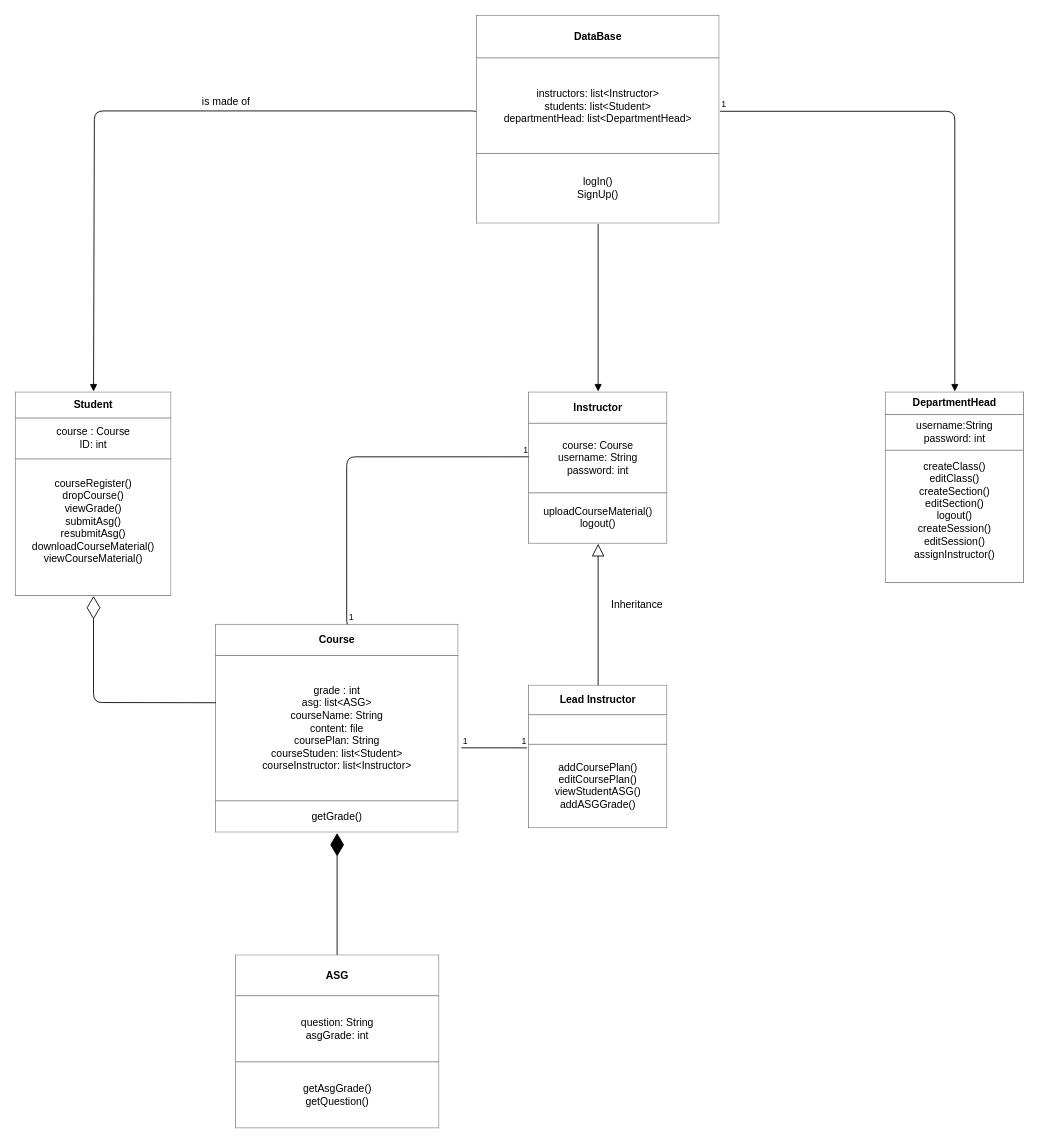
ScanonA/HW keeps this draw.io diagram as seng300/asg2/Untitled Diagram.drawio. Above is the earlier version. Source tidied: cells renumbered, new cells numbered last; positions are measured from the earlier drawing's top-left corner, leaving out a move shared by most shapes. Both pictures are drawn from the tidied source at 87%, with x=0, y=0 at pixel (15, 15).
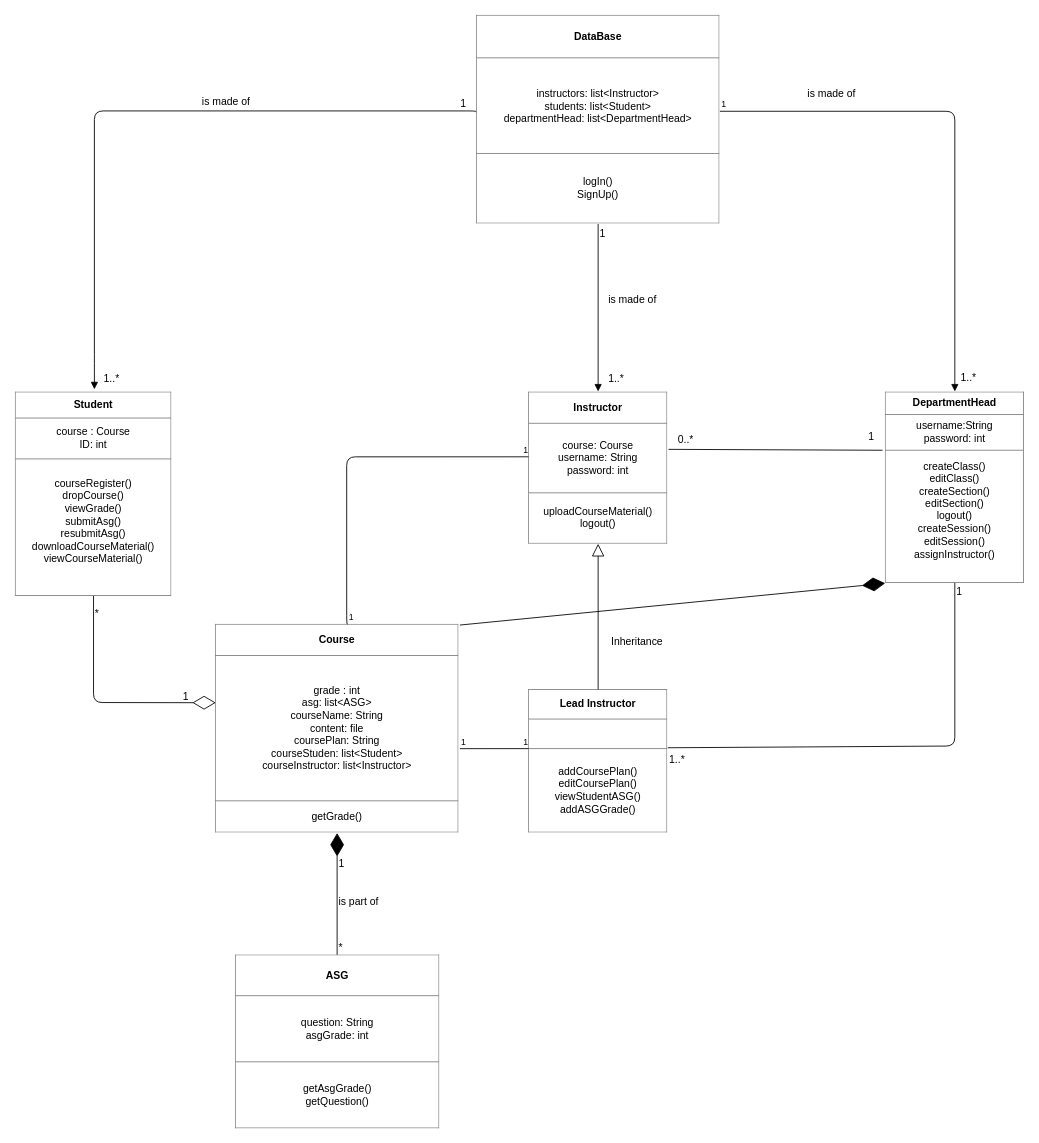
After the change.

The change refers to these unchanged cells:
```xml
<mxCell id="2" value="&lt;table style=&quot;width: 100% ; height: 100% ; border-collapse: collapse&quot; width=&quot;100%&quot; cellpadding=&quot;4&quot; border=&quot;1&quot;&gt;&lt;tbody&gt;&lt;tr&gt;&lt;th align=&quot;center&quot;&gt;DepartmentHead&lt;br&gt;&lt;/th&gt;&lt;/tr&gt;&lt;tr&gt;&lt;td align=&quot;center&quot;&gt;username:String&lt;br&gt;password: int &lt;br&gt;&lt;/td&gt;&lt;/tr&gt;&lt;tr&gt;&lt;td align=&quot;center&quot;&gt;createClass()&lt;br&gt;editClass()&lt;br&gt;createSection()&lt;br&gt;editSection()&lt;br&gt;logout()&lt;br&gt;createSession()&lt;br&gt;editSession()&lt;br&gt;assignInstructor()&lt;br&gt;&lt;br&gt;&lt;/td&gt;&lt;/tr&gt;&lt;/tbody&gt;&lt;/table&gt;" style="text;html=1;strokeColor=none;fillColor=none;overflow=fill;" parent="1" vertex="1">
  <mxGeometry x="1000" y="432.5" width="160" height="220" as="geometry" />
</mxCell>
<mxCell id="3" value="&lt;table style=&quot;width: 100% ; height: 100% ; border-collapse: collapse&quot; width=&quot;100%&quot; cellpadding=&quot;4&quot; border=&quot;1&quot;&gt;&lt;tbody&gt;&lt;tr&gt;&lt;th align=&quot;center&quot;&gt;Instructor&lt;br&gt;&lt;/th&gt;&lt;/tr&gt;&lt;tr&gt;&lt;td align=&quot;center&quot;&gt;course: Course&lt;br&gt;username: String&lt;br&gt;password: int&lt;br&gt;&lt;/td&gt;&lt;/tr&gt;&lt;tr&gt;&lt;td align=&quot;center&quot;&gt;uploadCourseMaterial()&lt;br&gt;logout()&lt;br&gt;&lt;/td&gt;&lt;/tr&gt;&lt;/tbody&gt;&lt;/table&gt;" style="text;html=1;strokeColor=none;fillColor=none;overflow=fill;" parent="1" vertex="1">
  <mxGeometry x="590" y="432.5" width="160" height="175" as="geometry" />
</mxCell>
<mxCell id="5" value="&lt;table style=&quot;width: 100% ; height: 100% ; border-collapse: collapse&quot; width=&quot;100%&quot; cellpadding=&quot;4&quot; border=&quot;1&quot;&gt;&lt;tbody&gt;&lt;tr&gt;&lt;th align=&quot;center&quot;&gt;Student&lt;br&gt;&lt;/th&gt;&lt;/tr&gt;&lt;tr&gt;&lt;td align=&quot;center&quot;&gt;course : Course&lt;br&gt;ID: int&lt;br&gt;&lt;/td&gt;&lt;/tr&gt;&lt;tr&gt;&lt;td align=&quot;center&quot;&gt;courseRegister()&lt;br&gt;dropCourse()&lt;br&gt;viewGrade()&lt;br&gt;submitAsg()&lt;br&gt;resubmitAsg()&lt;br&gt;downloadCourseMaterial()&lt;br&gt;viewCourseMaterial()&lt;br&gt;&lt;br&gt;&lt;/td&gt;&lt;/tr&gt;&lt;/tbody&gt;&lt;/table&gt;" style="text;html=1;strokeColor=none;fillColor=none;overflow=fill;" parent="1" vertex="1">
  <mxGeometry y="432.5" width="180" height="235" as="geometry" />
</mxCell>
<mxCell id="6" value="&lt;table style=&quot;width: 100% ; height: 100% ; border-collapse: collapse&quot; width=&quot;100%&quot; cellpadding=&quot;4&quot; border=&quot;1&quot;&gt;&lt;tbody&gt;&lt;tr&gt;&lt;th align=&quot;center&quot;&gt;Course&lt;/th&gt;&lt;/tr&gt;&lt;tr&gt;&lt;td align=&quot;center&quot;&gt;grade : int&lt;br&gt;asg: list&amp;lt;ASG&amp;gt;&lt;br&gt;courseName: String&lt;br&gt;content: file&lt;br&gt;coursePlan: String&lt;br&gt;courseStuden: list&amp;lt;Student&amp;gt;&lt;br&gt;courseInstructor: list&amp;lt;Instructor&amp;gt;&lt;br&gt;&lt;/td&gt;&lt;/tr&gt;&lt;tr&gt;&lt;td align=&quot;center&quot;&gt;getGrade()&lt;/td&gt;&lt;/tr&gt;&lt;/tbody&gt;&lt;/table&gt;" style="text;html=1;strokeColor=none;fillColor=none;overflow=fill;" parent="1" vertex="1">
  <mxGeometry x="230" y="700" width="280" height="240" as="geometry" />
</mxCell>
<mxCell id="8" value="&lt;table style=&quot;width: 100% ; height: 100% ; border-collapse: collapse&quot; width=&quot;100%&quot; cellpadding=&quot;4&quot; border=&quot;1&quot;&gt;&lt;tbody&gt;&lt;tr&gt;&lt;th align=&quot;center&quot;&gt;DataBase&lt;/th&gt;&lt;/tr&gt;&lt;tr&gt;&lt;td align=&quot;center&quot;&gt;instructors: list&amp;lt;Instructor&amp;gt;&lt;br&gt;students: list&amp;lt;Student&amp;gt;&lt;br&gt;departmentHead: list&amp;lt;DepartmentHead&amp;gt;&lt;br&gt;&lt;/td&gt;&lt;/tr&gt;&lt;tr&gt;&lt;td align=&quot;center&quot;&gt;logIn()&lt;br&gt;SignUp()&lt;br&gt;&lt;/td&gt;&lt;/tr&gt;&lt;/tbody&gt;&lt;/table&gt;" style="text;html=1;strokeColor=none;fillColor=none;overflow=fill;" parent="1" vertex="1">
  <mxGeometry x="530" width="280" height="240" as="geometry" />
</mxCell>
<mxCell id="15" style="endArrow=none;html=1;edgeStyle=orthogonalEdgeStyle;entryX=0;entryY=0.429;entryDx=0;entryDy=0;entryPerimeter=0;exitX=0.544;exitY=-0.001;exitDx=0;exitDy=0;exitPerimeter=0;" parent="1" edge="1" source="6" target="3">
  <mxGeometry relative="1" as="geometry">
    <Array as="points">
      <mxPoint x="381" y="700" />
      <mxPoint x="381" y="508" />
    </Array>
  </mxGeometry>
</mxCell>
<mxCell id="20" style="endArrow=block;endFill=1;html=1;edgeStyle=orthogonalEdgeStyle;align=left;verticalAlign=top;exitX=1;exitY=0.46;exitDx=0;exitDy=0;entryX=0.5;entryY=0;entryDx=0;entryDy=0;exitPerimeter=0;" parent="1" edge="1" source="8" target="2">
  <mxGeometry x="-1" relative="1" as="geometry">
    <Array as="points">
      <mxPoint x="1080" y="110" />
    </Array>
  </mxGeometry>
</mxCell>
```

Change to the diagram source:
```diff
@@
     <mxCell id="4" value="&lt;table style=&quot;width: 100% ; height: 100% ; border-collapse: collapse&quot; width=&quot;100%&quot; cellpadding=&quot;4&quot; border=&quot;1&quot;&gt;&lt;tbody&gt;&lt;tr&gt;&lt;th align=&quot;center&quot;&gt;Lead Instructor&lt;br&gt;&lt;/th&gt;&lt;/tr&gt;&lt;tr&gt;&lt;td align=&quot;center&quot;&gt;&lt;br&gt;&lt;/td&gt;&lt;/tr&gt;&lt;tr&gt;&lt;td align=&quot;center&quot;&gt;addCoursePlan()&lt;br&gt;editCoursePlan()&lt;br&gt;viewStudentASG()&lt;br&gt;addASGGrade()&lt;br&gt;&lt;/td&gt;&lt;/tr&gt;&lt;/tbody&gt;&lt;/table&gt;" style="text;html=1;strokeColor=none;fillColor=none;overflow=fill;" parent="1" vertex="1">
-      <mxGeometry x="590" y="770" width="160" height="165" as="geometry" />
+      <mxGeometry x="590" y="775" width="160" height="165" as="geometry" />
     </mxCell>
@@
     <mxCell id="10" value="Inheritance" style="text;html=1;strokeColor=none;fillColor=none;align=center;verticalAlign=middle;whiteSpace=wrap;rounded=0;" parent="1" vertex="1">
-      <mxGeometry x="670" y="667.5" width="90" height="20" as="geometry" />
+      <mxGeometry x="670" y="710" width="90" height="20" as="geometry" />
     </mxCell>
@@
-    <mxCell id="12" style="endArrow=none;html=1;edgeStyle=orthogonalEdgeStyle;exitX=1.01;exitY=0.592;exitDx=0;exitDy=0;exitPerimeter=0;entryX=-0.011;entryY=0.437;entryDx=0;entryDy=0;entryPerimeter=0;" parent="1" edge="1" source="6" target="4">
+    <mxCell id="12" style="endArrow=none;html=1;edgeStyle=orthogonalEdgeStyle;entryX=0;entryY=0.412;entryDx=0;entryDy=0;entryPerimeter=0;exitX=1.004;exitY=0.596;exitDx=0;exitDy=0;exitPerimeter=0;" parent="1" edge="1" source="6" target="4">
       <mxGeometry relative="1" as="geometry" />
     </mxCell>
-    <mxCell id="13" value="1" style="html=1;align=left;verticalAlign=bottom;labelBackgroundColor=#ffffff;fontSize=10;" parent="12" vertex="1">
-      <mxGeometry x="-1" relative="1" as="geometry" />
-    </mxCell>
-    <mxCell id="14" value="1" style="html=1;align=right;verticalAlign=bottom;labelBackgroundColor=#ffffff;fontSize=10;" parent="12" vertex="1">
-      <mxGeometry x="1" relative="1" as="geometry" />
-    </mxCell>
+    <mxCell id="24" value="1" style="html=1;align=left;verticalAlign=bottom;labelBackgroundColor=#ffffff;fontSize=10;" parent="12" vertex="1">
+      <mxGeometry x="-1" relative="1" as="geometry" />
+    </mxCell>
+    <mxCell id="25" value="1" style="html=1;align=right;verticalAlign=bottom;labelBackgroundColor=#ffffff;fontSize=10;" parent="12" vertex="1">
+      <mxGeometry x="1" relative="1" as="geometry" />
+    </mxCell>
@@
-    <mxCell id="16" value="1" style="html=1;align=left;verticalAlign=bottom;labelBackgroundColor=#ffffff;fontSize=10;" parent="15" vertex="1">
-      <mxGeometry x="-1" relative="1" as="geometry" />
-    </mxCell>
-    <mxCell id="17" value="1" style="html=1;align=right;verticalAlign=bottom;labelBackgroundColor=#ffffff;fontSize=10;" parent="15" vertex="1">
-      <mxGeometry x="1" relative="1" as="geometry" />
-    </mxCell>
-    <mxCell id="18" style="endArrow=diamondThin;endFill=0;endSize=24;html=1;entryX=0.5;entryY=1;entryDx=0;entryDy=0;exitX=0.002;exitY=0.376;exitDx=0;exitDy=0;exitPerimeter=0;" parent="1" edge="1" source="6" target="5">
-      <mxGeometry relative="1" as="geometry">
-        <Array as="points">
-          <mxPoint x="90" y="790" />
-        </Array>
-      </mxGeometry>
-    </mxCell>
-    <mxCell id="19" style="endArrow=block;endFill=1;html=1;edgeStyle=orthogonalEdgeStyle;align=left;verticalAlign=top;exitX=-0.002;exitY=0.464;exitDx=0;exitDy=0;exitPerimeter=0;entryX=0.5;entryY=0;entryDx=0;entryDy=0;" parent="1" edge="1" source="8" target="5">
-      <mxGeometry x="-1" relative="1" as="geometry">
-        <Array as="points">
-          <mxPoint x="529" y="110" />
-          <mxPoint x="91" y="110" />
-        </Array>
-      </mxGeometry>
-    </mxCell>
+    <mxCell id="26" value="1" style="html=1;align=left;verticalAlign=bottom;labelBackgroundColor=#ffffff;fontSize=10;" parent="15" vertex="1">
+      <mxGeometry x="-1" relative="1" as="geometry" />
+    </mxCell>
+    <mxCell id="27" value="1" style="html=1;align=right;verticalAlign=bottom;labelBackgroundColor=#ffffff;fontSize=10;" parent="15" vertex="1">
+      <mxGeometry x="1" relative="1" as="geometry" />
+    </mxCell>
+    <mxCell id="28" style="endArrow=diamondThin;endFill=0;endSize=24;html=1;entryX=0.002;entryY=0.376;entryDx=0;entryDy=0;exitX=0.5;exitY=1;exitDx=0;exitDy=0;entryPerimeter=0;" parent="1" edge="1" source="5" target="6">
+      <mxGeometry relative="1" as="geometry">
+        <Array as="points">
+          <mxPoint x="90" y="790" />
+        </Array>
+      </mxGeometry>
+    </mxCell>
+    <mxCell id="29" style="endArrow=block;endFill=1;html=1;edgeStyle=orthogonalEdgeStyle;align=left;verticalAlign=top;exitX=-0.002;exitY=0.464;exitDx=0;exitDy=0;exitPerimeter=0;" parent="1" edge="1" source="8">
+      <mxGeometry x="-1" relative="1" as="geometry">
+        <mxPoint x="91" y="430" as="targetPoint" />
+        <Array as="points">
+          <mxPoint x="529" y="110" />
+          <mxPoint x="91" y="110" />
+          <mxPoint x="91" y="400" />
+        </Array>
+      </mxGeometry>
+    </mxCell>
@@
-    <mxCell id="21" value="1" style="html=1;align=left;verticalAlign=bottom;labelBackgroundColor=#ffffff;fontSize=10;" parent="20" vertex="1">
-      <mxGeometry x="-1" relative="1" as="geometry" />
-    </mxCell>
-    <mxCell id="22" value="is made of" style="text;html=1;align=left;verticalAlign=top;spacingTop=-4;" parent="1" vertex="1">
-      <mxGeometry x="212.5" y="90" width="80" height="20" as="geometry" />
-    </mxCell>
+    <mxCell id="30" value="1" style="html=1;align=left;verticalAlign=bottom;labelBackgroundColor=#ffffff;fontSize=10;" parent="20" vertex="1">
+      <mxGeometry x="-1" relative="1" as="geometry" />
+    </mxCell>
+    <mxCell id="31" value="is made of" style="text;html=1;align=left;verticalAlign=top;spacingTop=-4;" parent="1" vertex="1">
+      <mxGeometry x="212.5" y="90" width="80" height="20" as="geometry" />
+    </mxCell>
@@
+    <mxCell id="32" value="is made of" style="text;html=1;align=left;verticalAlign=top;spacingTop=-4;" parent="1" vertex="1">
+      <mxGeometry x="909" y="80" width="70" height="20" as="geometry" />
+    </mxCell>
+    <mxCell id="33" value="is made of" style="text;html=1;align=left;verticalAlign=top;spacingTop=-4;" parent="1" vertex="1">
+      <mxGeometry x="680" y="317" width="70" height="20" as="geometry" />
+    </mxCell>
+    <mxCell id="34" style="endArrow=none;html=1;entryX=-0.019;entryY=0.307;entryDx=0;entryDy=0;entryPerimeter=0;exitX=1.006;exitY=0.38;exitDx=0;exitDy=0;exitPerimeter=0;" parent="1" edge="1" source="3" target="2">
+      <mxGeometry relative="1" as="geometry" />
+    </mxCell>
+    <mxCell id="35" value="1" style="text;html=1;align=left;verticalAlign=top;spacingTop=-4;" parent="1" vertex="1">
+      <mxGeometry x="979" y="475" width="20" height="20" as="geometry" />
+    </mxCell>
+    <mxCell id="36" value="0..*" style="text;html=1;align=left;verticalAlign=top;spacingTop=-4;" parent="1" vertex="1">
+      <mxGeometry x="760" y="478" width="30" height="20" as="geometry" />
+    </mxCell>
+    <mxCell id="37" style="endArrow=diamondThin;endFill=1;endSize=24;html=1;entryX=0;entryY=1.002;entryDx=0;entryDy=0;entryPerimeter=0;exitX=1.004;exitY=0.004;exitDx=0;exitDy=0;exitPerimeter=0;" parent="1" edge="1" source="6" target="2">
+      <mxGeometry relative="1" as="geometry" />
+    </mxCell>
+    <mxCell id="38" style="endArrow=none;html=1;exitX=1;exitY=0.406;exitDx=0;exitDy=0;entryX=0.5;entryY=1;entryDx=0;entryDy=0;exitPerimeter=0;" parent="1" edge="1" source="4" target="2">
+      <mxGeometry relative="1" as="geometry">
+        <Array as="points">
+          <mxPoint x="1080" y="840" />
+        </Array>
+      </mxGeometry>
+    </mxCell>
+    <mxCell id="39" value="1" style="text;html=1;align=left;verticalAlign=top;spacingTop=-4;" parent="1" vertex="1">
+      <mxGeometry x="1080" y="652.5" width="20" height="20" as="geometry" />
+    </mxCell>
+    <mxCell id="40" value="1..*" style="text;html=1;align=left;verticalAlign=top;spacingTop=-4;" parent="1" vertex="1">
+      <mxGeometry x="750" y="846" width="30" height="20" as="geometry" />
+    </mxCell>
+    <mxCell id="41" value="is part of " style="text;html=1;align=left;verticalAlign=top;spacingTop=-4;" parent="1" vertex="1">
+      <mxGeometry x="370" y="1009" width="60" height="20" as="geometry" />
+    </mxCell>
+    <mxCell id="42" value="1" style="text;html=1;align=left;verticalAlign=top;spacingTop=-4;" parent="1" vertex="1">
+      <mxGeometry x="370" y="964.5" width="20" height="20" as="geometry" />
+    </mxCell>
+    <mxCell id="43" value="*" style="text;html=1;align=left;verticalAlign=top;spacingTop=-4;" parent="1" vertex="1">
+      <mxGeometry x="370" y="1062" width="20" height="20" as="geometry" />
+    </mxCell>
+    <mxCell id="44" value="*" style="text;html=1;align=left;verticalAlign=top;spacingTop=-4;" parent="1" vertex="1">
+      <mxGeometry x="90" y="677.5" width="20" height="20" as="geometry" />
+    </mxCell>
+    <mxCell id="45" value="1" style="text;html=1;align=left;verticalAlign=top;spacingTop=-4;" parent="1" vertex="1">
+      <mxGeometry x="191" y="774" width="20" height="20" as="geometry" />
+    </mxCell>
+    <mxCell id="46" value="1" style="text;html=1;align=left;verticalAlign=top;spacingTop=-4;" parent="1" vertex="1">
+      <mxGeometry x="510" y="92" width="20" height="20" as="geometry" />
+    </mxCell>
+    <mxCell id="47" value="1" style="text;html=1;align=left;verticalAlign=top;spacingTop=-4;" parent="1" vertex="1">
+      <mxGeometry x="670" y="241" width="20" height="20" as="geometry" />
+    </mxCell>
+    <mxCell id="48" value="1..*" style="text;html=1;align=left;verticalAlign=top;spacingTop=-4;" parent="1" vertex="1">
+      <mxGeometry x="100" y="408" width="30" height="20" as="geometry" />
+    </mxCell>
+    <mxCell id="49" value="1..*" style="text;html=1;align=left;verticalAlign=top;spacingTop=-4;" parent="1" vertex="1">
+      <mxGeometry x="680" y="408" width="30" height="20" as="geometry" />
+    </mxCell>
+    <mxCell id="50" value="1..*" style="text;html=1;align=left;verticalAlign=top;spacingTop=-4;" parent="1" vertex="1">
+      <mxGeometry x="1085" y="407" width="30" height="20" as="geometry" />
+    </mxCell>
```
